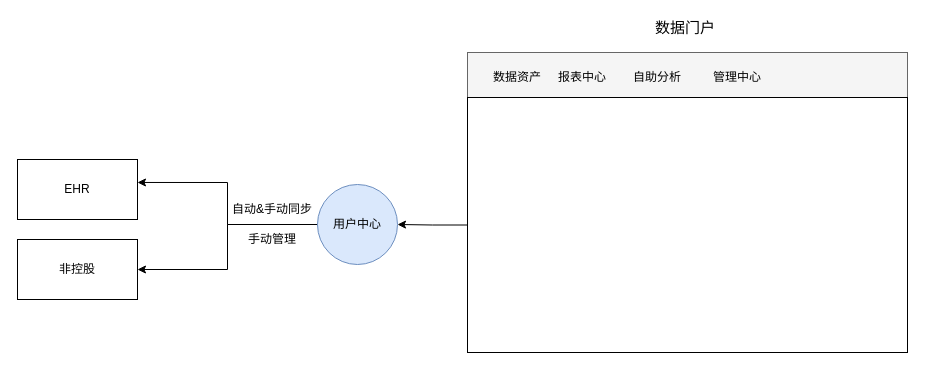
Before: page "用户登录" (1 of 2) of pet_data_warehouse/权限设计.drawio in fangzheng0518/draw, a draw.io diagram. Source tidied: cells renumbered, new cells numbered last; positions are measured from the earlier drawing's top-left corner, leaving out a move shared by most shapes. Both pictures are drawn from the tidied source at 100%, with x=0, y=0 at pixel (17, 17).
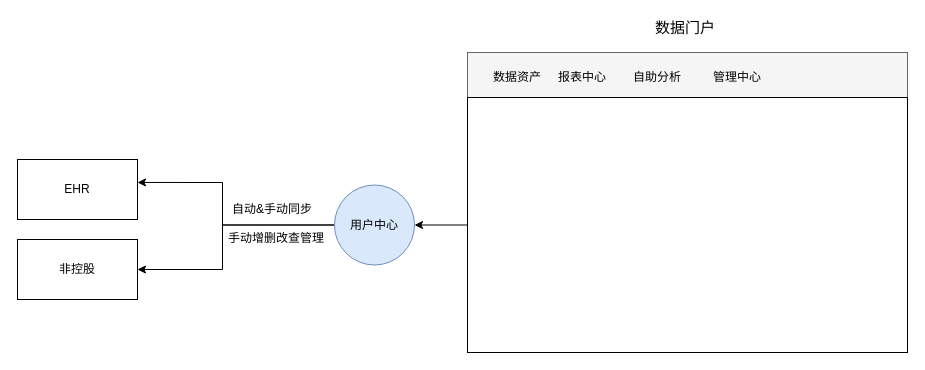
The same page after the edit.

Commit message (it also covers changes not shown here):
更新权限设计.drawio

The change refers to these unchanged cells:
```xml
<mxCell id="5" value="EHR" style="rounded=0;whiteSpace=wrap;html=1;" parent="1" vertex="1">
  <mxGeometry y="142" width="120" height="60" as="geometry" />
</mxCell>
<mxCell id="6" value="非控股" style="rounded=0;whiteSpace=wrap;html=1;" parent="1" vertex="1">
  <mxGeometry y="222" width="120" height="60" as="geometry" />
</mxCell>
```

Diff of the diagram source:
```diff
@@
     <mxCell id="3" style="edgeStyle=orthogonalEdgeStyle;rounded=0;jettySize=auto;html=1;exitX=0;exitY=0.5;exitDx=0;exitDy=0;entryX=1;entryY=0.5;entryDx=0;entryDy=0;" parent="1" edge="1" source="11" target="6">
-      <mxGeometry relative="1" as="geometry" />
+      <mxGeometry relative="1" as="geometry">
+        <Array as="points">
+          <mxPoint x="205" y="208" />
+          <mxPoint x="205" y="252" />
+        </Array>
+      </mxGeometry>
     </mxCell>
     <mxCell id="4" style="edgeStyle=orthogonalEdgeStyle;rounded=0;jettySize=auto;html=1;entryX=1;entryY=0.383;entryDx=0;entryDy=0;entryPerimeter=0;exitX=0;exitY=0.5;exitDx=0;exitDy=0;" parent="1" edge="1" source="11" target="5">
-      <mxGeometry relative="1" as="geometry" />
+      <mxGeometry relative="1" as="geometry">
+        <Array as="points">
+          <mxPoint x="205" y="208" />
+          <mxPoint x="205" y="165" />
+        </Array>
+      </mxGeometry>
     </mxCell>
@@
     <mxCell id="11" value="用户中心" style="ellipse;whiteSpace=wrap;html=1;fillColor=#dae8fc;strokeColor=#6c8ebf;" parent="1" vertex="1">
-      <mxGeometry x="300" y="167" width="80" height="80" as="geometry" />
+      <mxGeometry x="317" y="167.5" width="80" height="80" as="geometry" />
     </mxCell>
@@
-    <mxCell id="16" value="手动管理" style="text;html=1;strokeColor=none;fillColor=none;align=center;verticalAlign=middle;whiteSpace=wrap;rounded=0;" parent="1" vertex="1">
-      <mxGeometry x="230" y="212" width="50" height="20" as="geometry" />
+    <mxCell id="16" value="手动增删改查管理" style="text;html=1;strokeColor=none;fillColor=none;align=center;verticalAlign=middle;whiteSpace=wrap;rounded=0;" parent="1" vertex="1">
+      <mxGeometry x="207" y="211" width="104" height="20" as="geometry" />
     </mxCell>
```
